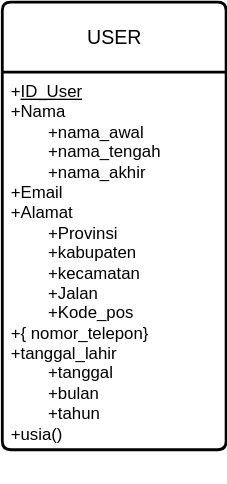
ardiansyah-sweng/duweet keeps this draw.io diagram as docs/erd.drawio.svg. Above is the earlier version. Source tidied: cells renumbered, new cells last; positions are measured from the earlier drawing's top-left corner, leaving out a move shared by most shapes.
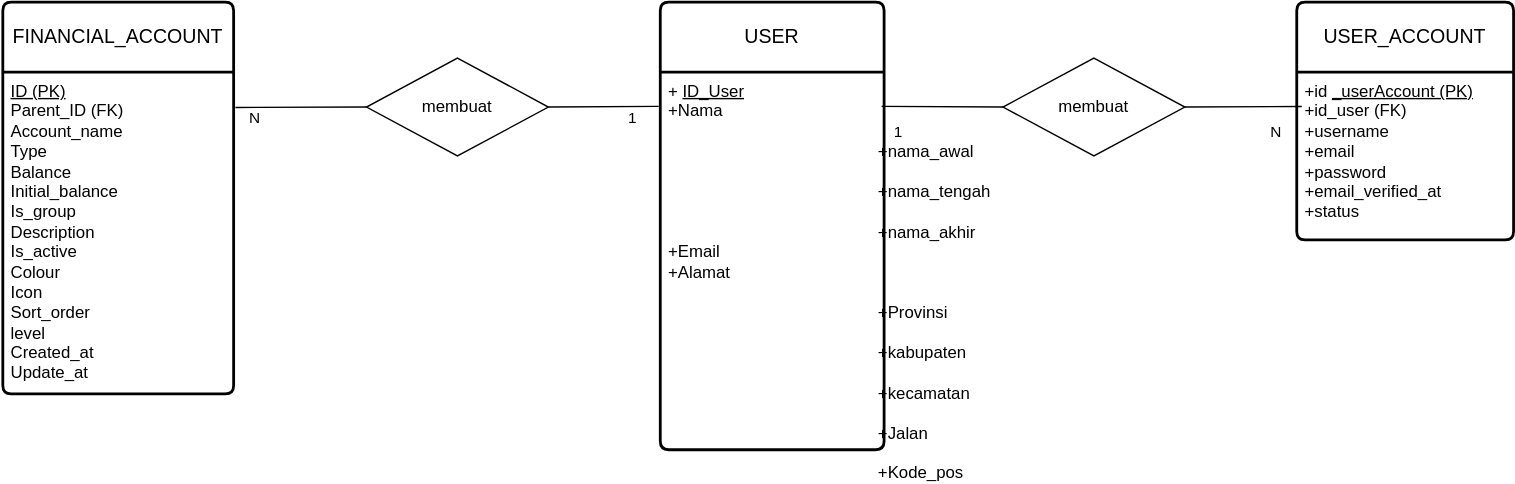
After the commit.

Commit message:
REVISI-Mendesain entitas FinancialAccount dan relasinya di draw.io - rafiauliarachman_231

The edit, as a diff of the source:
```diff
@@ -2,11 +2,56 @@
   <root>
     <mxCell id="0" />
     <mxCell id="1" parent="0" />
+    <mxCell id="4" value="membuat" style="rhombus;whiteSpace=wrap;html=1;" parent="1" vertex="1">
+      <mxGeometry x="245" y="40" width="130" height="70" as="geometry" />
+    </mxCell>
+    <mxCell id="5" value="USER_ACCOUNT" style="swimlane;horizontal=1;startSize=50;rounded=1;fontSize=14;fontStyle=0;strokeWidth=2;shadow=0;dashed=0;align=center;arcSize=4;whiteSpace=wrap;html=1;" parent="1" vertex="1">
+      <mxGeometry x="455" width="155" height="170" as="geometry" />
+    </mxCell>
+    <mxCell id="6" value="+id&lt;u style=&quot;scrollbar-color: light-dark(#e2e2e2, #4b4b4b)&lt;br/&gt;&#9;&#9;&#9;&#9;&#9;light-dark(#fbfbfb, var(--dark-panel-color));&quot;&gt;_userAccount (PK)&lt;/u&gt;&lt;br style=&quot;scrollbar-color: light-dark(#e2e2e2, #4b4b4b)&lt;br/&gt;&#9;&#9;&#9;&#9;&#9;light-dark(#fbfbfb, var(--dark-panel-color));&quot;&gt;+id_user (FK)&lt;div style=&quot;scrollbar-color: light-dark(#e2e2e2, #4b4b4b)&lt;br/&gt;&#9;&#9;&#9;&#9;&#9;light-dark(#fbfbfb, var(--dark-panel-color));&quot;&gt;+username&lt;/div&gt;&lt;div style=&quot;scrollbar-color: light-dark(#e2e2e2, #4b4b4b)&lt;br/&gt;&#9;&#9;&#9;&#9;&#9;light-dark(#fbfbfb, var(--dark-panel-color));&quot;&gt;+email&lt;/div&gt;&lt;div style=&quot;scrollbar-color: light-dark(#e2e2e2, #4b4b4b)&lt;br/&gt;&#9;&#9;&#9;&#9;&#9;light-dark(#fbfbfb, var(--dark-panel-color));&quot;&gt;+password&lt;div style=&quot;scrollbar-color: light-dark(#e2e2e2, #4b4b4b)&lt;br/&gt;&#9;&#9;&#9;&#9;&#9;light-dark(#fbfbfb, var(--dark-panel-color));&quot;&gt;+email_verified_at&lt;/div&gt;&lt;div style=&quot;scrollbar-color: light-dark(#e2e2e2, #4b4b4b)&lt;br/&gt;&#9;&#9;&#9;&#9;&#9;light-dark(#fbfbfb, var(--dark-panel-color));&quot;&gt;+status&lt;/div&gt;&lt;div style=&quot;scrollbar-color: light-dark(#e2e2e2, #4b4b4b)&lt;br/&gt;&#9;&#9;&#9;&#9;&#9;light-dark(#fbfbfb, var(--dark-panel-color));&quot;&gt;&lt;div&gt;&lt;br&gt;&lt;/div&gt;&lt;/div&gt;&lt;div style=&quot;scrollbar-color: light-dark(#e2e2e2, #4b4b4b)&lt;br/&gt;&#9;&#9;&#9;&#9;&#9;light-dark(#fbfbfb, var(--dark-panel-color));&quot;&gt;&lt;br&gt;&lt;/div&gt;&lt;div style=&quot;scrollbar-color: light-dark(#e2e2e2, #4b4b4b)&lt;br/&gt;&#9;&#9;&#9;&#9;&#9;light-dark(#fbfbfb, var(--dark-panel-color));&quot;&gt;&lt;br style=&quot;scrollbar-color: light-dark(#e2e2e2, #4b4b4b)&lt;br/&gt;&#9;&#9;&#9;&#9;&#9;light-dark(#fbfbfb, var(--dark-panel-color));&quot;&gt;&lt;/div&gt;&lt;div style=&quot;scrollbar-color: light-dark(#e2e2e2, #4b4b4b)&lt;br/&gt;&#9;&#9;&#9;&#9;&#9;light-dark(#fbfbfb, var(--dark-panel-color));&quot;&gt;&lt;br style=&quot;color: rgb(63, 63, 63); scrollbar-color: light-dark(#e2e2e2, #4b4b4b)&lt;br/&gt;&#9;&#9;&#9;&#9;&#9;light-dark(#fbfbfb, var(--dark-panel-color));&quot;&gt;&lt;/div&gt;&lt;/div&gt;" style="align=left;strokeColor=none;fillColor=none;spacingLeft=4;fontSize=12;verticalAlign=top;html=1;" parent="5" vertex="1">
+      <mxGeometry y="50" width="155" height="120" as="geometry" />
+    </mxCell>
+    <mxCell id="7" style="edgeStyle=none;html=1;exitX=0.5;exitY=1;exitDx=0;exitDy=0;" parent="5" edge="1" source="5" target="6">
+      <mxGeometry relative="1" as="geometry" />
+    </mxCell>
     <mxCell id="2" value="USER" style="swimlane;horizontal=1;startSize=50;rounded=1;fontSize=14;fontStyle=0;strokeWidth=2;shadow=0;dashed=0;align=center;arcSize=4;whiteSpace=wrap;html=1;" parent="1" vertex="1">
       <mxGeometry width="160" height="320" as="geometry" />
     </mxCell>
     <mxCell id="3" value="+&lt;u&gt;ID_User&lt;/u&gt;&lt;br&gt;+Nama&lt;div&gt;&lt;font color=&quot;#000000&quot;&gt;&lt;span style=&quot;white-space: pre;&quot;&gt;&#9;&lt;/span&gt;+nama_awal&lt;/font&gt;&lt;/div&gt;&lt;div&gt;&lt;font color=&quot;#000000&quot;&gt;&lt;span style=&quot;white-space: pre;&quot;&gt;&#9;&lt;/span&gt;+nama_tengah&lt;br&gt;&lt;/font&gt;&lt;/div&gt;&lt;div&gt;&lt;font color=&quot;#000000&quot;&gt;&lt;span style=&quot;white-space: pre;&quot;&gt;&#9;&lt;/span&gt;+nama_akhir&lt;/font&gt;&lt;/div&gt;&lt;div&gt;+Email&lt;div&gt;+Alamat&lt;/div&gt;&lt;div&gt;&lt;span style=&quot;white-space: pre;&quot;&gt;&#9;&lt;/span&gt;+Provinsi&lt;br&gt;&lt;/div&gt;&lt;div&gt;&lt;span style=&quot;white-space: pre;&quot;&gt;&#9;&lt;/span&gt;+kabupaten&lt;br&gt;&lt;/div&gt;&lt;div&gt;&lt;span style=&quot;white-space: pre;&quot;&gt;&#9;&lt;/span&gt;+kecamatan&lt;/div&gt;&lt;div&gt;&lt;span style=&quot;white-space: pre;&quot;&gt;&#9;&lt;/span&gt;+Jalan&lt;br&gt;&lt;/div&gt;&lt;div&gt;&lt;span style=&quot;white-space: pre;&quot;&gt;&#9;&lt;/span&gt;+Kode_pos&lt;br&gt;&lt;/div&gt;&lt;div&gt;+{ nomor_telepon}&lt;/div&gt;&lt;div&gt;+tanggal_lahir&lt;/div&gt;&lt;div&gt;&lt;span style=&quot;white-space: pre;&quot;&gt;&#9;&lt;/span&gt;+tanggal&lt;br&gt;&lt;/div&gt;&lt;div&gt;&lt;span style=&quot;white-space: pre;&quot;&gt;&#9;&lt;/span&gt;+bulan&lt;br&gt;&lt;/div&gt;&lt;div&gt;&lt;span style=&quot;white-space: pre;&quot;&gt;&#9;&lt;/span&gt;+tahun&lt;br&gt;&lt;/div&gt;&lt;div&gt;+usia()&lt;/div&gt;&lt;div&gt;&lt;br&gt;&lt;/div&gt;&lt;div&gt;&lt;br&gt;&lt;/div&gt;&lt;/div&gt;" style="align=left;strokeColor=none;fillColor=none;spacingLeft=4;fontSize=12;verticalAlign=top;html=1;" parent="2" vertex="1">
       <mxGeometry y="50" width="160" height="270" as="geometry" />
     </mxCell>
+    <mxCell id="8" value="FINANCIAL_ACCOUNT" style="swimlane;horizontal=1;startSize=50;rounded=1;fontSize=14;fontStyle=0;strokeWidth=2;shadow=0;dashed=0;align=center;arcSize=4;whiteSpace=wrap;html=1;" parent="1" vertex="1">
+      <mxGeometry x="-470" width="165" height="280" as="geometry" />
+    </mxCell>
+    <mxCell id="9" value="&lt;u&gt;ID (PK)&lt;/u&gt;&lt;br&gt;Parent_ID (FK)&lt;br&gt;Account_name&lt;div&gt;Type&lt;/div&gt;&lt;div&gt;Balance&lt;/div&gt;&lt;div&gt;Initial_balance&lt;/div&gt;&lt;div&gt;Is_group&lt;/div&gt;&lt;div&gt;Description&lt;/div&gt;&lt;div&gt;Is_active&lt;/div&gt;&lt;div&gt;Colour&lt;/div&gt;&lt;div&gt;Icon&lt;/div&gt;&lt;div&gt;Sort_order&lt;/div&gt;&lt;div&gt;level&lt;/div&gt;&lt;div&gt;Created_at&lt;/div&gt;&lt;div&gt;Update_at&lt;/div&gt;&lt;div&gt;&lt;br&gt;&lt;/div&gt;" style="align=left;strokeColor=none;fillColor=none;spacingLeft=4;fontSize=12;verticalAlign=top;html=1;" parent="8" vertex="1">
+      <mxGeometry y="50" width="165" height="230" as="geometry" />
+    </mxCell>
+    <mxCell id="10" value="membuat" style="rhombus;whiteSpace=wrap;html=1;" parent="1" vertex="1">
+      <mxGeometry x="-210" y="40" width="130" height="70" as="geometry" />
+    </mxCell>
+    <mxCell id="11" style="edgeStyle=none;html=1;exitX=1;exitY=0.5;exitDx=0;exitDy=0;entryX=0.023;entryY=0.205;entryDx=0;entryDy=0;entryPerimeter=0;endArrow=none;endFill=0;" parent="1" edge="1" source="4" target="6">
+      <mxGeometry relative="1" as="geometry" />
+    </mxCell>
+    <mxCell id="12" style="edgeStyle=none;shape=connector;rounded=1;html=1;exitX=0;exitY=0.5;exitDx=0;exitDy=0;entryX=0.989;entryY=0.091;entryDx=0;entryDy=0;entryPerimeter=0;strokeColor=default;align=center;verticalAlign=middle;fontFamily=Helvetica;fontSize=11;fontColor=default;labelBackgroundColor=default;endArrow=none;endFill=0;" parent="1" edge="1" source="4" target="3">
+      <mxGeometry relative="1" as="geometry" />
+    </mxCell>
+    <mxCell id="13" style="edgeStyle=none;shape=connector;rounded=1;html=1;exitX=1;exitY=0.5;exitDx=0;exitDy=0;entryX=-0.007;entryY=0.091;entryDx=0;entryDy=0;entryPerimeter=0;strokeColor=default;align=center;verticalAlign=middle;fontFamily=Helvetica;fontSize=11;fontColor=default;labelBackgroundColor=default;endArrow=none;endFill=0;" parent="1" edge="1" source="10" target="3">
+      <mxGeometry relative="1" as="geometry" />
+    </mxCell>
+    <mxCell id="14" style="edgeStyle=none;shape=connector;rounded=1;html=1;exitX=0;exitY=0.5;exitDx=0;exitDy=0;entryX=1.008;entryY=0.11;entryDx=0;entryDy=0;entryPerimeter=0;strokeColor=default;align=center;verticalAlign=middle;fontFamily=Helvetica;fontSize=11;fontColor=default;labelBackgroundColor=default;endArrow=none;endFill=0;" parent="1" edge="1" source="10" target="9">
+      <mxGeometry relative="1" as="geometry" />
+    </mxCell>
+    <mxCell id="15" value="N" style="text;html=1;align=center;verticalAlign=middle;strokeColor=none;fillColor=none;fontFamily=Helvetica;fontSize=11;fontColor=default;labelBackgroundColor=default;" parent="1" vertex="1">
+      <mxGeometry x="425" y="78" width="30" height="30" as="geometry" />
+    </mxCell>
+    <mxCell id="16" value="1" style="text;html=1;align=center;verticalAlign=middle;strokeColor=none;fillColor=none;fontFamily=Helvetica;fontSize=11;fontColor=default;labelBackgroundColor=default;" parent="1" vertex="1">
+      <mxGeometry x="155" y="78" width="30" height="30" as="geometry" />
+    </mxCell>
+    <mxCell id="17" value="1" style="text;html=1;align=center;verticalAlign=middle;strokeColor=none;fillColor=none;fontFamily=Helvetica;fontSize=11;fontColor=default;labelBackgroundColor=default;" parent="1" vertex="1">
+      <mxGeometry x="-35" y="68" width="30" height="30" as="geometry" />
+    </mxCell>
+    <mxCell id="18" value="N" style="text;html=1;align=center;verticalAlign=middle;strokeColor=none;fillColor=none;fontFamily=Helvetica;fontSize=11;fontColor=default;labelBackgroundColor=default;" parent="1" vertex="1">
+      <mxGeometry x="-305" y="68" width="30" height="30" as="geometry" />
+    </mxCell>
   </root>
 </mxGraphModel>
```
